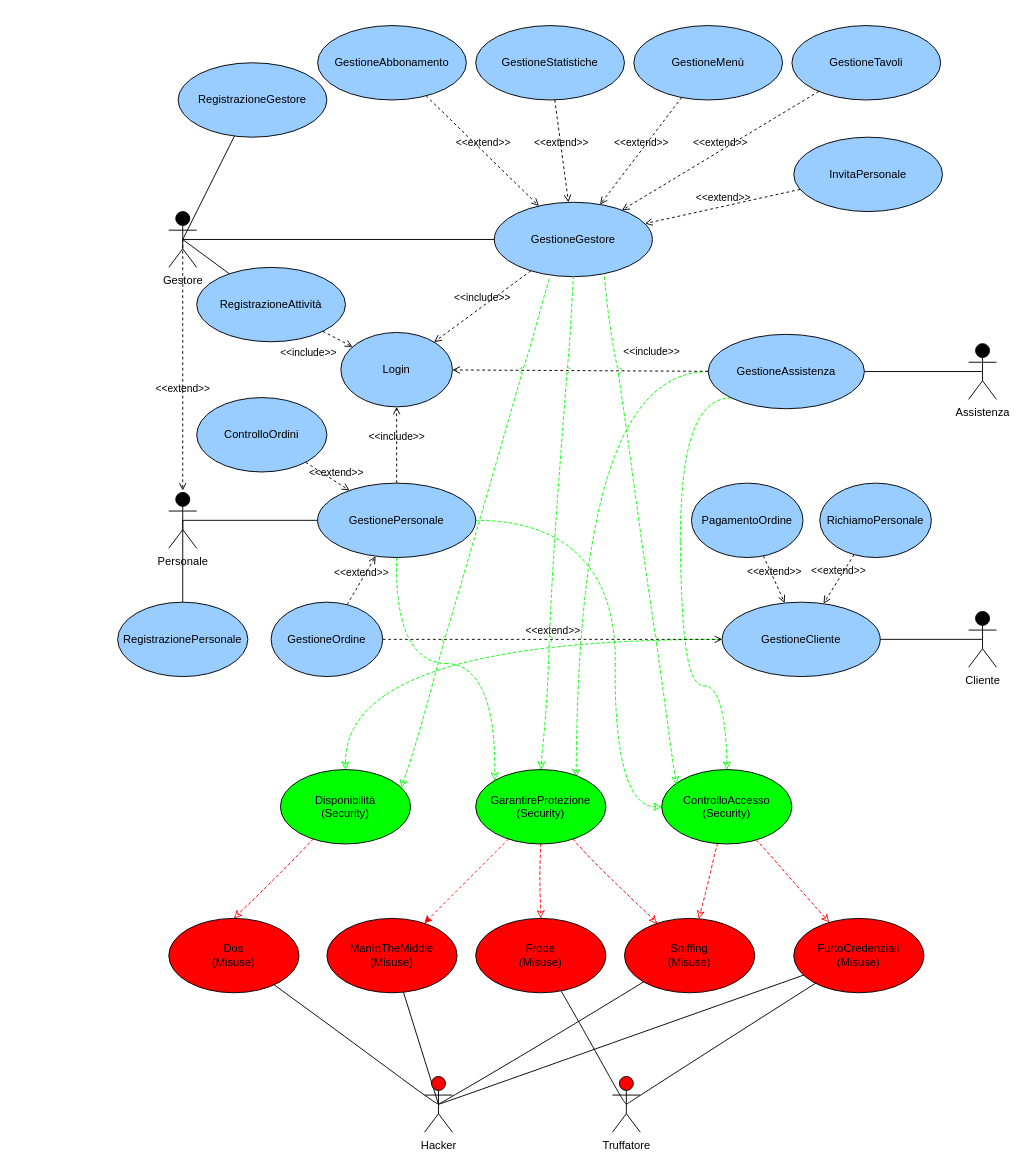
This is requisiti/use_misuseV2.drawio from Marco-Burattoni/Progetto-ids, a draw.io file, before an edit. Source tidied: cells renumbered, new cells numbered last; positions are measured from the earlier drawing's top-left corner, leaving out a move shared by most shapes. Both pictures are drawn from the tidied source at 93%, with x=0, y=0 at pixel (117, 25).
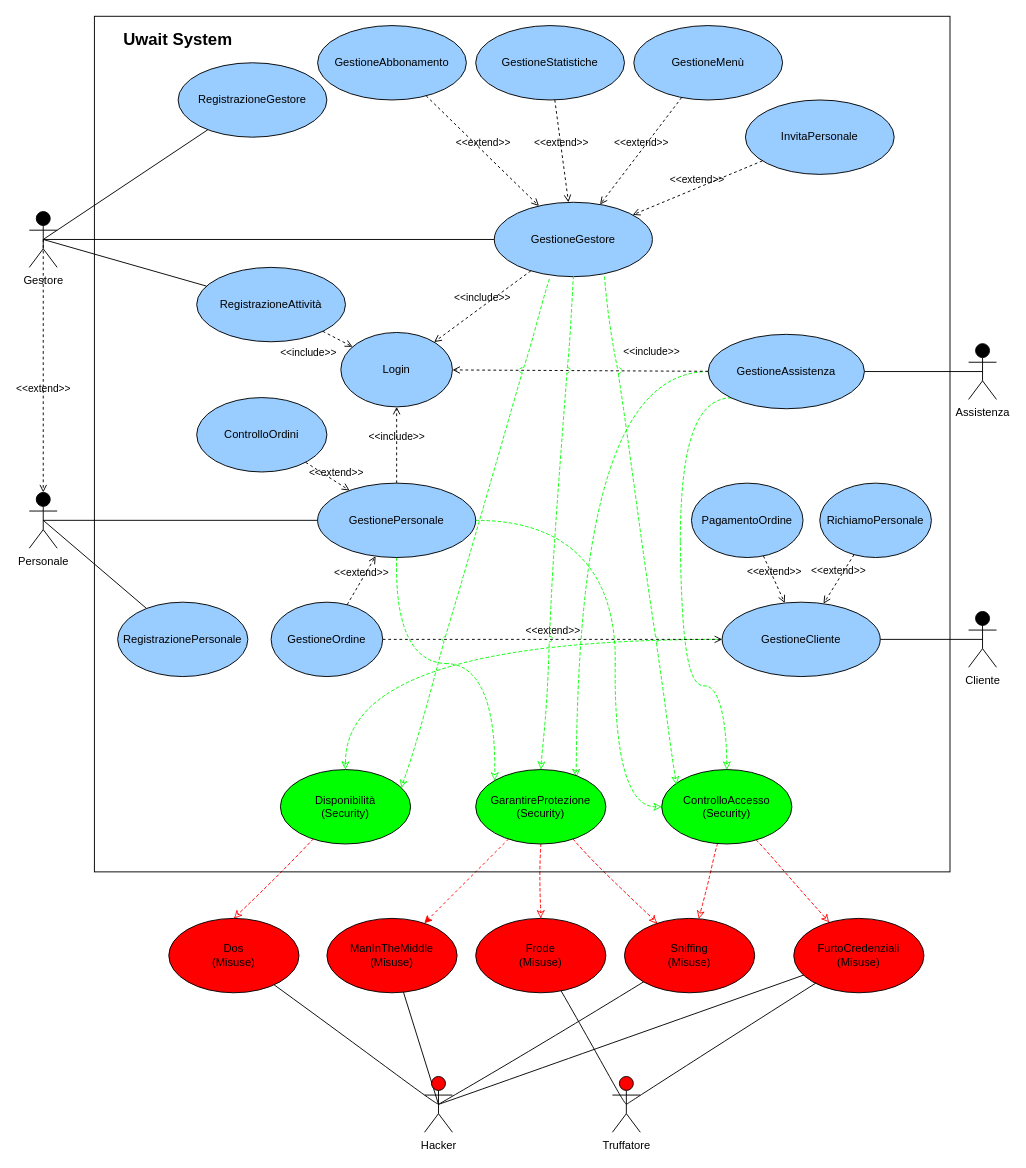
After the change.

The change refers to these unchanged cells:
```xml
<mxCell id="5" value="GestioneGestore" style="ellipse;whiteSpace=wrap;html=1;fillColor=#99CCFF;" parent="1" vertex="1">
  <mxGeometry x="405" y="190" width="170" height="80" as="geometry" />
</mxCell>
```

The edit, as a diff of the source:
```diff
@@
     <mxCell id="3" value="Personale" style="shape=umlActor;html=1;verticalLabelPosition=bottom;verticalAlign=top;align=center;fillColor=#000000;" parent="1" vertex="1">
-      <mxGeometry x="55" y="502" width="30" height="60" as="geometry" />
+      <mxGeometry x="-95" y="502" width="30" height="60" as="geometry" />
     </mxCell>
@@
-    <mxCell id="37" value="&amp;lt;&amp;lt;extend&amp;gt;&amp;gt;" style="html=1;verticalAlign=bottom;labelBackgroundColor=none;endArrow=open;endFill=0;dashed=1;rounded=0;startArrow=none;exitX=0.5;exitY=0.5;exitDx=0;exitDy=0;exitPerimeter=0;" parent="1" edge="1" source="43">
-      <mxGeometry x="0.25" relative="1" as="geometry">
-        <mxPoint x="70" y="500" as="targetPoint" />
-      </mxGeometry>
+    <mxCell id="37" value="&amp;lt;&amp;lt;extend&amp;gt;&amp;gt;" style="html=1;verticalAlign=bottom;labelBackgroundColor=none;endArrow=open;endFill=0;dashed=1;rounded=0;startArrow=none;exitX=0.5;exitY=0.5;exitDx=0;exitDy=0;exitPerimeter=0;entryX=0.5;entryY=0;entryDx=0;entryDy=0;entryPerimeter=0;" parent="1" edge="1" source="43" target="3">
+      <mxGeometry x="0.25" relative="1" as="geometry" />
     </mxCell>
@@
-    <mxCell id="42" value="GestioneTavoli" style="ellipse;whiteSpace=wrap;html=1;fillColor=#99CCFF;" parent="1" vertex="1">
-      <mxGeometry x="725" width="160" height="80" as="geometry" />
-    </mxCell>
     <mxCell id="43" value="Gestore" style="shape=umlActor;html=1;verticalLabelPosition=bottom;verticalAlign=top;align=center;fillColor=#000000;" parent="1" vertex="1">
-      <mxGeometry x="55" y="200" width="30" height="60" as="geometry" />
+      <mxGeometry x="-95" y="200" width="30" height="60" as="geometry" />
     </mxCell>
@@
-    <mxCell id="45" value="&amp;lt;&amp;lt;extend&amp;gt;&amp;gt;" style="html=1;verticalAlign=bottom;labelBackgroundColor=none;endArrow=open;endFill=0;dashed=1;rounded=0;" parent="1" edge="1" source="42" target="5">
-      <mxGeometry relative="1" as="geometry" />
-    </mxCell>
     <mxCell id="46" value="InvitaPersonale" style="ellipse;whiteSpace=wrap;html=1;fillColor=#99CCFF;" parent="1" vertex="1">
-      <mxGeometry x="727" y="120" width="160" height="80" as="geometry" />
+      <mxGeometry x="675" y="80" width="160" height="80" as="geometry" />
     </mxCell>
@@
+    <mxCell id="75" style="rounded=0;whiteSpace=wrap;html=1;strokeColor=#000000;fillColor=none;" parent="1" vertex="1">
+      <mxGeometry x="-25" y="-10" width="920" height="920" as="geometry" />
+    </mxCell>
+    <mxCell id="76" value="&lt;font style=&quot;font-size: 18px;&quot;&gt;&lt;b&gt;Uwait System&lt;/b&gt;&lt;/font&gt;" style="text;html=1;strokeColor=none;fillColor=none;align=center;verticalAlign=middle;whiteSpace=wrap;rounded=0;" parent="1" vertex="1">
+      <mxGeometry x="-5" width="140" height="30" as="geometry" />
+    </mxCell>
```
